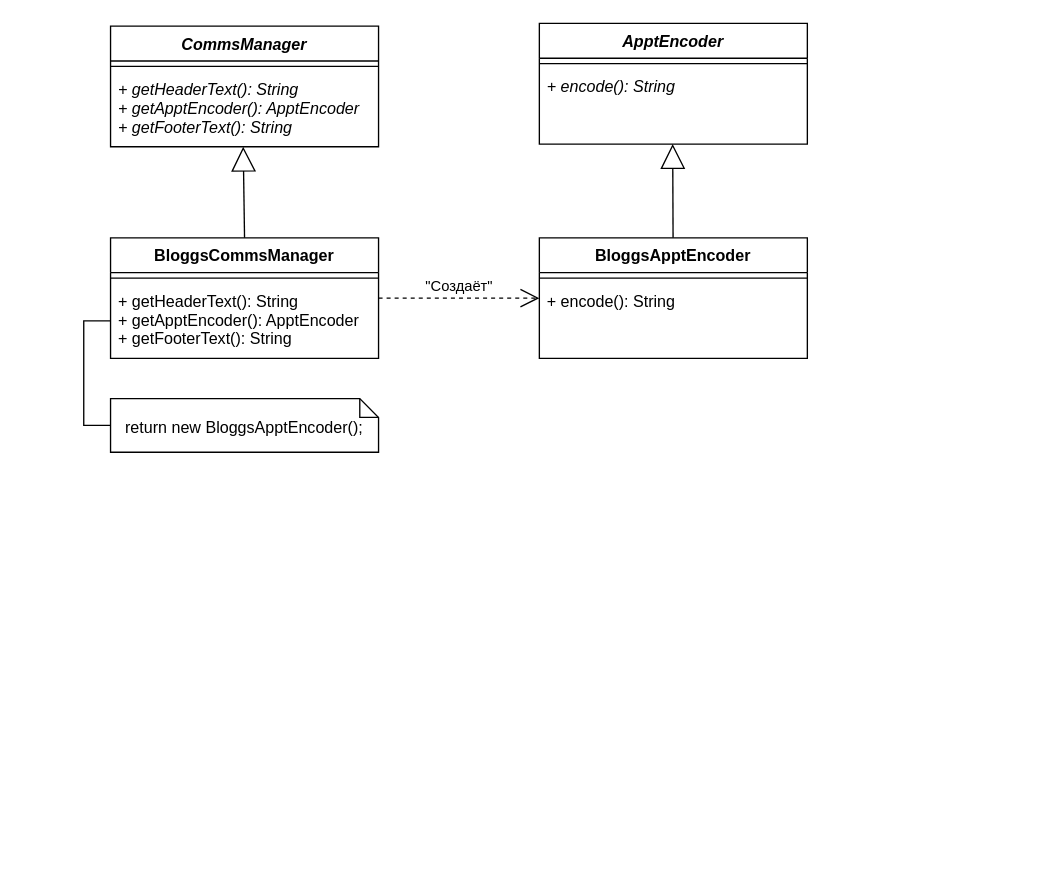
This is FactoryPattern.drawio from vkb1109/gb_patterns_hw, a draw.io file, before an edit. Source tidied: cells renumbered, new cells numbered last; positions are measured from the earlier drawing's top-left corner, leaving out a move shared by most shapes. Both pictures are drawn from the tidied source at 134%, with x=0, y=0 at pixel (110, 23).
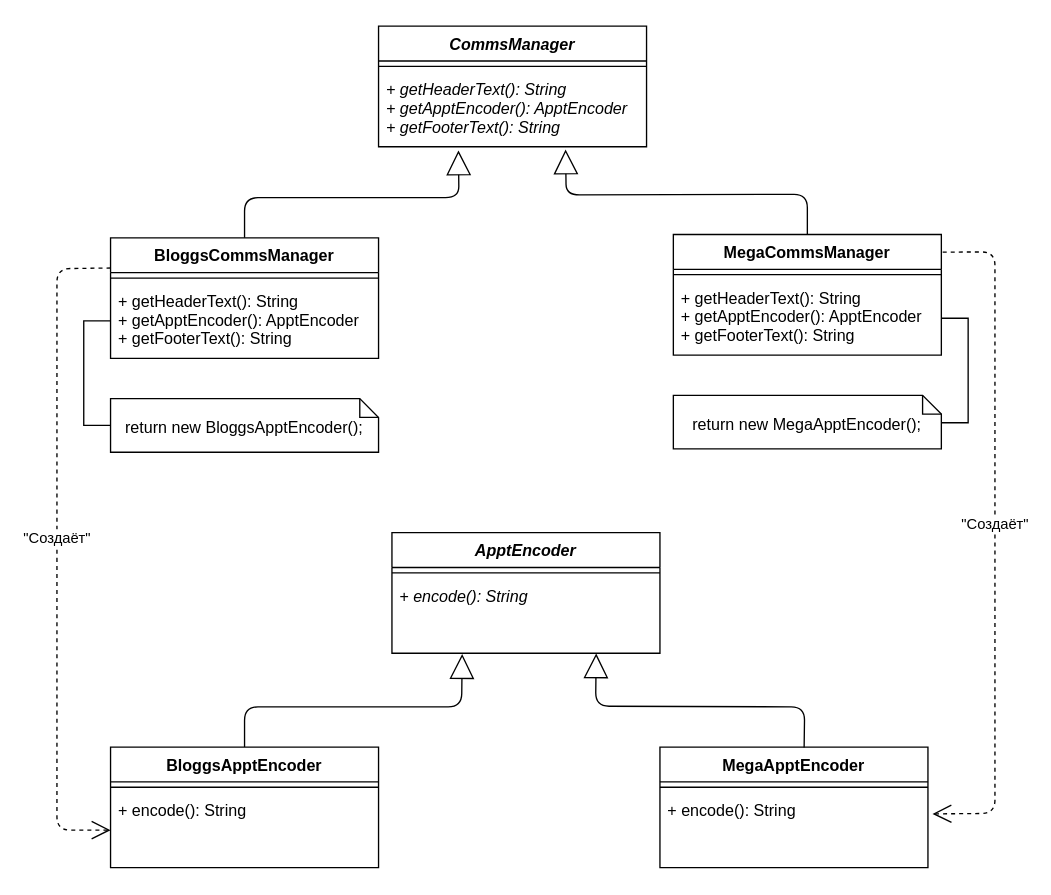
The same page after the edit.

Commit message:
Добавил ещё один класс в фабрику

The change refers to these unchanged cells:
```xml
<mxCell id="4" value="+ getHeaderText(): String&#10;+ getApptEncoder(): ApptEncoder&#10;+ getFooterText(): String" style="text;strokeColor=none;fillColor=none;align=left;verticalAlign=top;spacingLeft=4;spacingRight=4;overflow=hidden;points=[[0,0.5],[1,0.5]];portConstraint=eastwest;fontStyle=2;" parent="2" vertex="1">
  <mxGeometry y="34" width="200" height="56" as="geometry" />
</mxCell>
<mxCell id="5" value="BloggsCommsManager" style="swimlane;fontStyle=1;align=center;verticalAlign=top;horizontal=1;startSize=26;" parent="1" vertex="1">
  <mxGeometry y="160" width="200" height="90" as="geometry" />
</mxCell>
<mxCell id="13" value="+ encode(): String" style="text;strokeColor=none;fillColor=none;align=left;verticalAlign=top;spacingLeft=4;spacingRight=4;overflow=hidden;points=[[0,0.5],[1,0.5]];portConstraint=eastwest;fontStyle=0;" parent="11" vertex="1">
  <mxGeometry y="34" width="200" height="56" as="geometry" />
</mxCell>
<mxCell id="17" value="+ encode(): String" style="text;strokeColor=none;fillColor=none;align=left;verticalAlign=top;spacingLeft=4;spacingRight=4;overflow=hidden;points=[[0,0.5],[1,0.5]];portConstraint=eastwest;fontStyle=2;" parent="15" vertex="1">
  <mxGeometry y="34" width="200" height="56" as="geometry" />
</mxCell>
```

The edit, as a diff of the source:
```diff
@@
     <mxCell id="2" value="CommsManager" style="swimlane;fontStyle=3;align=center;verticalAlign=top;horizontal=1;startSize=26;" parent="1" vertex="1">
-      <mxGeometry y="2" width="200" height="90" as="geometry" />
+      <mxGeometry x="200" y="2" width="200" height="90" as="geometry" />
     </mxCell>
@@
-    <mxCell id="8" style="endArrow=block;endSize=16;endFill=0;html=1;entryX=0.495;entryY=1;entryDx=0;entryDy=0;entryPerimeter=0;exitX=0.5;exitY=0;exitDx=0;exitDy=0;" parent="1" edge="1" source="5" target="4">
-      <mxGeometry relative="1" as="geometry" />
+    <mxCell id="8" style="endArrow=block;endSize=16;endFill=0;html=1;entryX=0.298;entryY=1.049;entryDx=0;entryDy=0;entryPerimeter=0;exitX=0.5;exitY=0;exitDx=0;exitDy=0;" parent="1" edge="1" source="5" target="4">
+      <mxGeometry relative="1" as="geometry">
+        <Array as="points">
+          <mxPoint x="100" y="130" />
+          <mxPoint x="260" y="130" />
+        </Array>
+      </mxGeometry>
     </mxCell>
@@
     <mxCell id="11" value="BloggsApptEncoder" style="swimlane;fontStyle=1;align=center;verticalAlign=top;horizontal=1;startSize=26;" parent="1" vertex="1">
-      <mxGeometry x="320" y="160" width="200" height="90" as="geometry" />
+      <mxGeometry y="540" width="200" height="90" as="geometry" />
     </mxCell>
@@
-    <mxCell id="14" value="&quot;Создаёт&quot;" style="endArrow=open;endSize=12;dashed=1;html=1;verticalAlign=bottom;" parent="1" edge="1">
+    <mxCell id="14" value="&quot;Создаёт&quot;" style="endArrow=open;endSize=12;dashed=1;html=1;verticalAlign=bottom;exitX=0;exitY=0.25;exitDx=0;exitDy=0;entryX=0;entryY=0.5;entryDx=0;entryDy=0;" parent="1" edge="1" source="5" target="13">
       <mxGeometry relative="1" as="geometry">
-        <mxPoint x="200" y="205" as="sourcePoint" />
-        <mxPoint x="320" y="205" as="targetPoint" />
+        <Array as="points">
+          <mxPoint x="-40" y="183" />
+          <mxPoint x="-40" y="602" />
+        </Array>
       </mxGeometry>
     </mxCell>
     <mxCell id="15" value="ApptEncoder" style="swimlane;fontStyle=3;align=center;verticalAlign=top;horizontal=1;startSize=26;" parent="1" vertex="1">
-      <mxGeometry x="320" width="200" height="90" as="geometry" />
+      <mxGeometry x="210" y="380" width="200" height="90" as="geometry" />
     </mxCell>
@@
-    <mxCell id="18" style="endArrow=block;endSize=16;endFill=0;html=1;entryX=0.495;entryY=1;entryDx=0;entryDy=0;entryPerimeter=0;" parent="1" edge="1" source="11">
+    <mxCell id="18" style="endArrow=block;endSize=16;endFill=0;html=1;entryX=0.262;entryY=1.011;entryDx=0;entryDy=0;entryPerimeter=0;exitX=0.5;exitY=0;exitDx=0;exitDy=0;" parent="1" edge="1" source="11" target="17">
       <mxGeometry relative="1" as="geometry">
-        <mxPoint x="419.5" y="90" as="targetPoint" />
+        <Array as="points">
+          <mxPoint x="100" y="510" />
+          <mxPoint x="262" y="510" />
+        </Array>
       </mxGeometry>
     </mxCell>
+    <mxCell id="19" value="MegaApptEncoder" style="swimlane;fontStyle=1;align=center;verticalAlign=top;horizontal=1;startSize=26;" parent="1" vertex="1">
+      <mxGeometry x="410" y="540" width="200" height="90" as="geometry" />
+    </mxCell>
+    <mxCell id="20" style="line;strokeWidth=1;fillColor=none;align=left;verticalAlign=middle;spacingTop=-1;spacingLeft=3;spacingRight=3;labelPosition=right;" parent="19" vertex="1">
+      <mxGeometry y="26" width="200" height="8" as="geometry" />
+    </mxCell>
+    <mxCell id="21" value="+ encode(): String" style="text;strokeColor=none;fillColor=none;align=left;verticalAlign=top;spacingLeft=4;spacingRight=4;overflow=hidden;points=[[0,0.5],[1,0.5]];portConstraint=eastwest;fontStyle=0;" parent="19" vertex="1">
+      <mxGeometry y="34" width="200" height="56" as="geometry" />
+    </mxCell>
+    <mxCell id="22" style="endArrow=block;endSize=16;endFill=0;html=1;entryX=0.262;entryY=1.011;entryDx=0;entryDy=0;entryPerimeter=0;exitX=0.538;exitY=0.003;exitDx=0;exitDy=0;exitPerimeter=0;" parent="1" edge="1" source="19">
+      <mxGeometry relative="1" as="geometry">
+        <mxPoint x="362.4" y="470.1" as="targetPoint" />
+        <Array as="points">
+          <mxPoint x="518" y="510" />
+          <mxPoint x="362" y="509.5" />
+        </Array>
+      </mxGeometry>
+    </mxCell>
+    <mxCell id="23" value="MegaCommsManager" style="swimlane;fontStyle=1;align=center;verticalAlign=top;horizontal=1;startSize=26;" parent="1" vertex="1">
+      <mxGeometry x="420" y="157.5" width="200" height="90" as="geometry" />
+    </mxCell>
+    <mxCell id="24" style="line;strokeWidth=1;fillColor=none;align=left;verticalAlign=middle;spacingTop=-1;spacingLeft=3;spacingRight=3;labelPosition=right;" parent="23" vertex="1">
+      <mxGeometry y="26" width="200" height="8" as="geometry" />
+    </mxCell>
+    <mxCell id="25" value="+ getHeaderText(): String&#10;+ getApptEncoder(): ApptEncoder&#10;+ getFooterText(): String" style="text;strokeColor=none;fillColor=none;align=left;verticalAlign=top;spacingLeft=4;spacingRight=4;overflow=hidden;fontStyle=0;" parent="23" vertex="1">
+      <mxGeometry y="34" width="200" height="56" as="geometry" />
+    </mxCell>
+    <mxCell id="26" style="endArrow=block;endSize=16;endFill=0;html=1;entryX=0.698;entryY=1.037;entryDx=0;entryDy=0;entryPerimeter=0;exitX=0.5;exitY=0;exitDx=0;exitDy=0;" parent="1" edge="1" source="23" target="4">
+      <mxGeometry relative="1" as="geometry">
+        <Array as="points">
+          <mxPoint x="520" y="127.5" />
+          <mxPoint x="340" y="128" />
+        </Array>
+      </mxGeometry>
+    </mxCell>
+    <mxCell id="27" value="&lt;br&gt;return new MegaApptEncoder();" style="shape=note;whiteSpace=wrap;html=1;size=14;verticalAlign=top;align=center;spacingTop=-6;" parent="1" vertex="1">
+      <mxGeometry x="420" y="277.5" width="200" height="40" as="geometry" />
+    </mxCell>
+    <mxCell id="28" style="edgeStyle=orthogonalEdgeStyle;rounded=0;orthogonalLoop=1;jettySize=auto;html=1;endArrow=none;endFill=0;" parent="1" edge="1">
+      <mxGeometry relative="1" as="geometry">
+        <mxPoint x="620" y="220" as="sourcePoint" />
+        <mxPoint x="620" y="298" as="targetPoint" />
+        <Array as="points">
+          <mxPoint x="640" y="220" />
+          <mxPoint x="640" y="298" />
+        </Array>
+      </mxGeometry>
+    </mxCell>
+    <mxCell id="29" value="&quot;Создаёт&quot;" style="endArrow=open;endSize=12;dashed=1;html=1;verticalAlign=bottom;exitX=1.005;exitY=0.146;exitDx=0;exitDy=0;entryX=1.017;entryY=0.284;entryDx=0;entryDy=0;exitPerimeter=0;entryPerimeter=0;" parent="1" edge="1" source="23" target="21">
+      <mxGeometry relative="1" as="geometry">
+        <Array as="points">
+          <mxPoint x="660" y="170.5" />
+          <mxPoint x="660" y="589.5" />
+        </Array>
+      </mxGeometry>
+    </mxCell>
```
